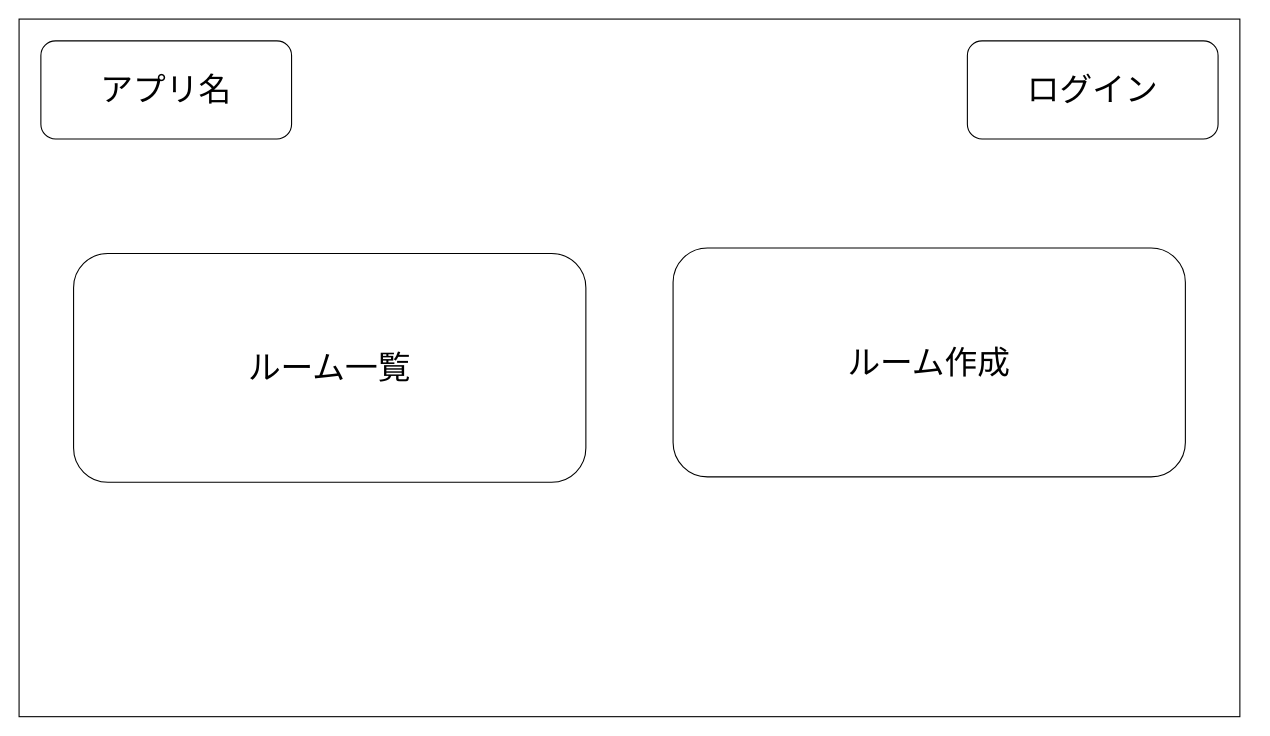
The draw.io diagram page "メイン画面" (1 of 7) of ワイヤーフレーム.drawio in ryoya07/chattool, before the edit. Source tidied: cells renumbered, new cells numbered last; positions are measured from the earlier drawing's top-left corner, leaving out a move shared by most shapes. Both pictures are drawn from the tidied source at 109%, with x=0, y=0 at pixel (19, 19).
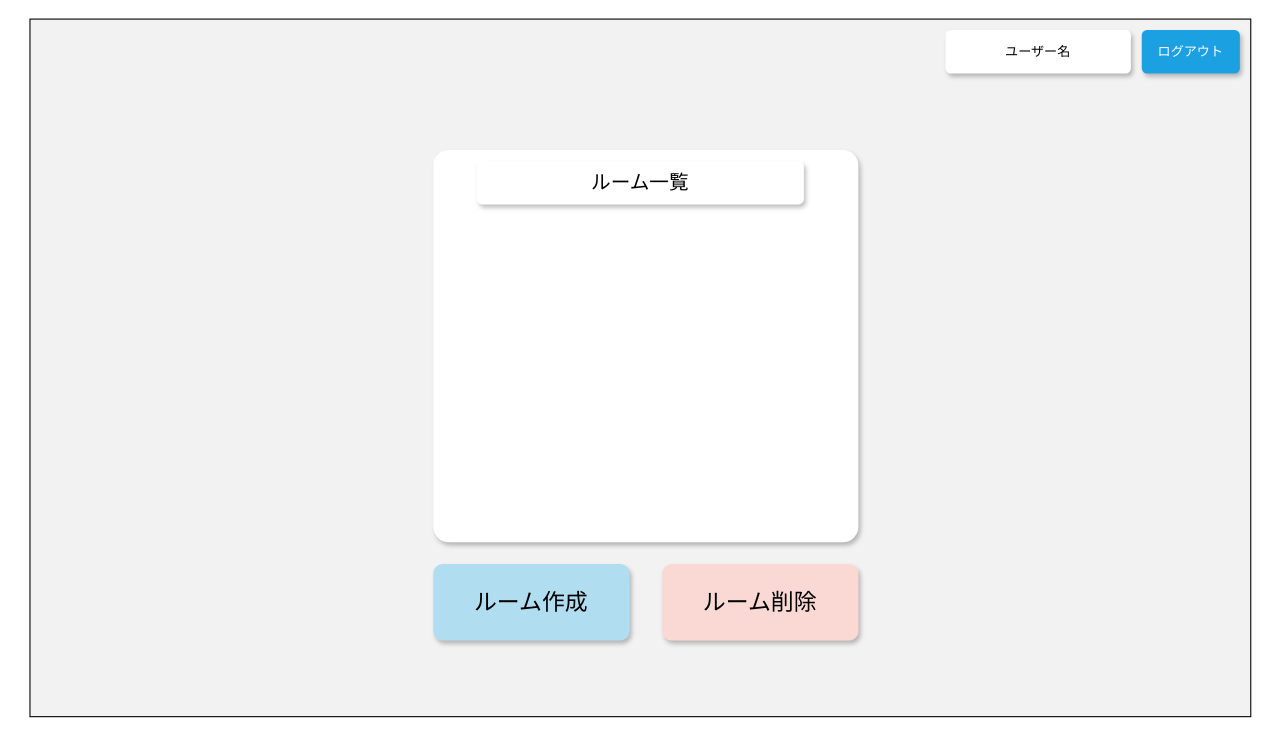
The same page after the edit.

The edit, as a diff of the source:
```diff
@@
 <mxGraphModel>
   <root>
     <mxCell id="0" />
     <mxCell id="1" parent="0" />
-    <mxCell id="2" style="rounded=0;whiteSpace=wrap;html=1;" parent="1" vertex="1">
-      <mxGeometry width="1120" height="640" as="geometry" />
-    </mxCell>
-    <mxCell id="3" value="アプリ名" style="rounded=1;whiteSpace=wrap;html=1;fontSize=30;" parent="1" vertex="1">
-      <mxGeometry x="20" y="20" width="230" height="90" as="geometry" />
-    </mxCell>
+    <mxCell id="7" style="rounded=0;whiteSpace=wrap;html=1;fillColor=#F2F2F2;" parent="1" vertex="1">
+      <mxGeometry x="10" width="1120" height="640" as="geometry" />
+    </mxCell>
+    <mxCell id="8" style="rounded=1;whiteSpace=wrap;html=1;labelBorderColor=none;glass=0;shadow=1;perimeterSpacing=0;gradientColor=none;arcSize=4;fontColor=#FFFFFF;labelBackgroundColor=none;textShadow=1;strokeColor=none;" parent="1" vertex="1">
+      <mxGeometry x="380" y="120" width="390" height="360" as="geometry" />
+    </mxCell>
+    <mxCell id="9" value="ユーザー名" style="rounded=1;whiteSpace=wrap;html=1;labelBorderColor=none;glass=0;shadow=1;perimeterSpacing=0;gradientColor=none;arcSize=12;fontColor=#000000;labelBackgroundColor=none;textShadow=0;strokeColor=none;" parent="1" vertex="1">
+      <mxGeometry x="850" y="10" width="170" height="40" as="geometry" />
+    </mxCell>
+    <mxCell id="10" value="ログアウト" style="rounded=1;whiteSpace=wrap;html=1;labelBorderColor=none;glass=0;shadow=1;perimeterSpacing=0;arcSize=12;fontColor=#ffffff;labelBackgroundColor=none;textShadow=0;strokeColor=none;fillColor=#1ba1e2;" parent="1" vertex="1">
+      <mxGeometry x="1030" y="10" width="90" height="40" as="geometry" />
+    </mxCell>
+    <mxCell id="5" value="ルーム作成" style="rounded=1;whiteSpace=wrap;html=1;labelBorderColor=none;glass=0;shadow=1;perimeterSpacing=0;arcSize=12;labelBackgroundColor=none;textShadow=0;strokeColor=none;fontSize=21;fillColor=#b1ddf0;" parent="1" vertex="1">
+      <mxGeometry x="380" y="500" width="180" height="70" as="geometry" />
+    </mxCell>
+    <mxCell id="11" value="ルーム削除" style="rounded=1;whiteSpace=wrap;html=1;labelBorderColor=none;glass=0;shadow=1;perimeterSpacing=0;arcSize=12;labelBackgroundColor=none;textShadow=0;fontSize=21;fillColor=#fad9d5;strokeColor=none;" parent="1" vertex="1">
+      <mxGeometry x="590" y="500" width="180" height="70" as="geometry" />
+    </mxCell>
-    <mxCell id="4" value="ルーム一覧" style="rounded=1;whiteSpace=wrap;html=1;fontSize=30;" parent="1" vertex="1">
-      <mxGeometry x="50" y="215" width="470" height="210" as="geometry" />
+    <mxCell id="4" value="ルーム一覧" style="rounded=1;whiteSpace=wrap;html=1;labelBorderColor=none;glass=0;shadow=1;perimeterSpacing=0;gradientColor=none;arcSize=12;fontColor=#000000;labelBackgroundColor=none;textShadow=0;strokeColor=none;fontSize=18;" parent="1" vertex="1">
+      <mxGeometry x="420" y="130" width="300" height="40" as="geometry" />
     </mxCell>
-    <mxCell id="5" value="ルーム作成" style="rounded=1;whiteSpace=wrap;html=1;fontSize=30;" parent="1" vertex="1">
-      <mxGeometry x="600" y="210" width="470" height="210" as="geometry" />
-    </mxCell>
-    <mxCell id="6" value="ログイン" style="rounded=1;whiteSpace=wrap;html=1;fontSize=30;" parent="1" vertex="1">
-      <mxGeometry x="870" y="20" width="230" height="90" as="geometry" />
-    </mxCell>
   </root>
 </mxGraphModel>
```
